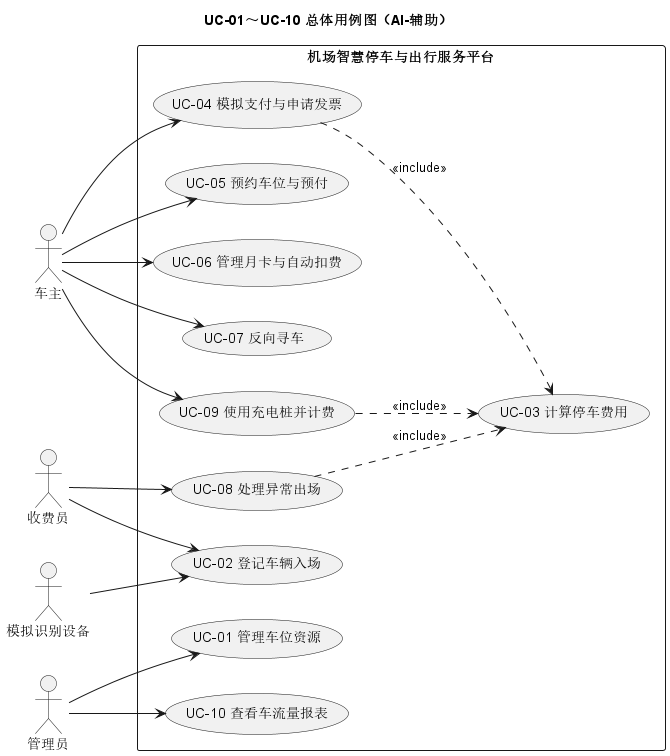
Gindama713/UMLWORK keeps this PlantUML diagram as models/rendered/01-use-cases.png. Above is the earlier version.
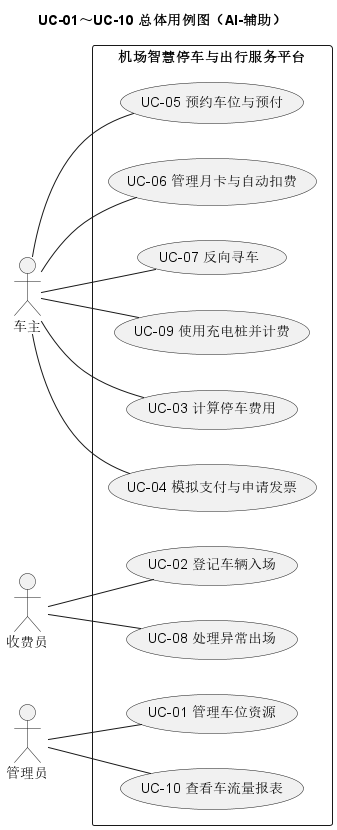
Above is the later version.

Change to the diagram source:
```diff
@@ -4,7 +4,6 @@
 actor 车主
 actor 收费员
 actor 管理员
-actor "模拟识别设备" as 设备
 rectangle "机场智慧停车与出行服务平台" {
   usecase "UC-01 管理车位资源" as UC01
   usecase "UC-02 登记车辆入场" as UC02
@@ -17,17 +16,14 @@
   usecase "UC-09 使用充电桩并计费" as UC09
   usecase "UC-10 查看车流量报表" as UC10
 }
-管理员 --> UC01
-管理员 --> UC10
-收费员 --> UC02
-收费员 --> UC08
-设备 --> UC02
-车主 --> UC04
-车主 --> UC05
-车主 --> UC06
-车主 --> UC07
-车主 --> UC09
-UC04 ..> UC03 : <<include>>
-UC08 ..> UC03 : <<include>>
-UC09 ..> UC03 : <<include>>
+管理员 -- UC01
+管理员 -- UC10
+收费员 -- UC02
+收费员 -- UC08
+车主 -- UC03
+车主 -- UC04
+车主 -- UC05
+车主 -- UC06
+车主 -- UC07
+车主 -- UC09
 @enduml
```
